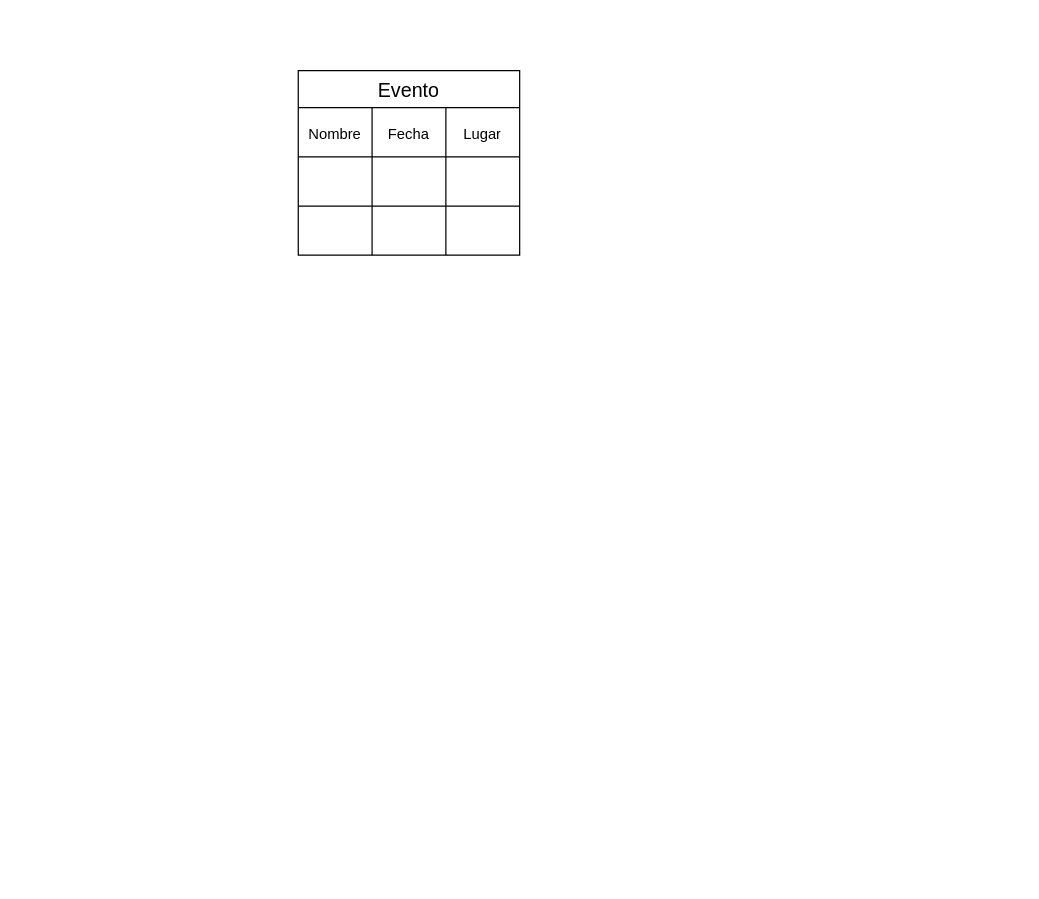
Earlier version of the draw.io diagram Normalización.drawio (samugd17/proyecto_bae). Source tidied: cells renumbered, new cells numbered last; positions are measured from the earlier drawing's top-left corner, leaving out a move shared by most shapes. Both pictures are drawn from the tidied source at 123%, with x=0, y=0 at pixel (298, 70).
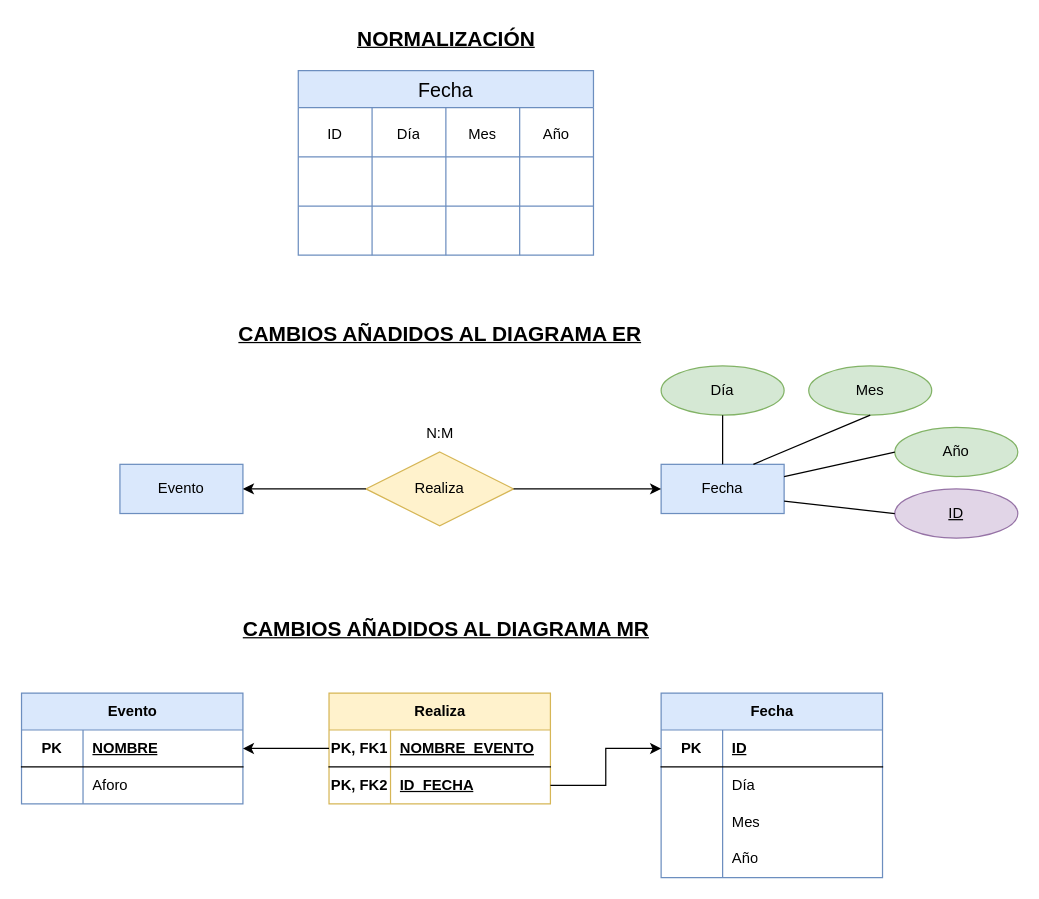
After the change.

What changed in the source:
```diff
@@
-    <mxCell id="2" value="Evento" style="shape=table;startSize=30;childLayout=tableLayout;strokeColor=default;fontSize=16;" parent="1" vertex="1">
-      <mxGeometry width="180" height="150" as="geometry" />
+    <mxCell id="2" value="Fecha" style="shape=table;startSize=30;childLayout=tableLayout;strokeColor=#6c8ebf;fontSize=16;fillColor=#dae8fc;" parent="1" vertex="1">
+      <mxGeometry width="240" height="150" as="geometry" />
     </mxCell>
     <mxCell id="3" style="shape=tableRow;horizontal=0;startSize=0;swimlaneHead=0;swimlaneBody=0;strokeColor=inherit;top=0;left=0;bottom=0;right=0;fillColor=none;fontSize=16;" parent="2" vertex="1">
-      <mxGeometry y="30" width="180" height="40" as="geometry" />
+      <mxGeometry y="30" width="240" height="40" as="geometry" />
     </mxCell>
-    <mxCell id="4" value="&lt;font style=&quot;font-size: 12px;&quot;&gt;Nombre&lt;/font&gt;" style="shape=partialRectangle;html=1;whiteSpace=wrap;strokeColor=inherit;overflow=hidden;fillColor=none;top=0;left=0;bottom=0;right=0;fontSize=16;" parent="3" vertex="1">
+    <mxCell id="4" value="&lt;font style=&quot;font-size: 12px;&quot;&gt;ID&lt;/font&gt;" style="shape=partialRectangle;html=1;whiteSpace=wrap;strokeColor=inherit;overflow=hidden;fillColor=none;top=0;left=0;bottom=0;right=0;fontSize=16;" parent="3" vertex="1">
       <mxGeometry width="60" height="40" as="geometry" />
     </mxCell>
-    <mxCell id="5" value="&lt;font style=&quot;font-size: 12px;&quot;&gt;Fecha&lt;/font&gt;" style="shape=partialRectangle;html=1;whiteSpace=wrap;strokeColor=inherit;overflow=hidden;fillColor=none;top=0;left=0;bottom=0;right=0;fontSize=16;" parent="3" vertex="1">
+    <mxCell id="5" value="&lt;font style=&quot;font-size: 12px;&quot;&gt;Día&lt;/font&gt;" style="shape=partialRectangle;html=1;whiteSpace=wrap;strokeColor=inherit;overflow=hidden;fillColor=none;top=0;left=0;bottom=0;right=0;fontSize=16;" parent="3" vertex="1">
       <mxGeometry x="60" width="60" height="40" as="geometry" />
     </mxCell>
-    <mxCell id="6" value="&lt;font style=&quot;font-size: 12px;&quot;&gt;Lugar&lt;/font&gt;" style="shape=partialRectangle;html=1;whiteSpace=wrap;strokeColor=inherit;overflow=hidden;fillColor=none;top=0;left=0;bottom=0;right=0;fontSize=16;" parent="3" vertex="1">
+    <mxCell id="6" value="&lt;font style=&quot;font-size: 12px;&quot;&gt;Mes&lt;/font&gt;" style="shape=partialRectangle;html=1;whiteSpace=wrap;strokeColor=inherit;overflow=hidden;fillColor=none;top=0;left=0;bottom=0;right=0;fontSize=16;" parent="3" vertex="1">
       <mxGeometry x="120" width="60" height="40" as="geometry" />
     </mxCell>
+    <mxCell id="15" value="&lt;font style=&quot;font-size: 12px;&quot;&gt;Año&lt;/font&gt;" style="shape=partialRectangle;html=1;whiteSpace=wrap;strokeColor=inherit;overflow=hidden;fillColor=none;top=0;left=0;bottom=0;right=0;fontSize=16;" parent="3" vertex="1">
+      <mxGeometry x="180" width="60" height="40" as="geometry" />
+    </mxCell>
     <mxCell id="7" style="shape=tableRow;horizontal=0;startSize=0;swimlaneHead=0;swimlaneBody=0;strokeColor=inherit;top=0;left=0;bottom=0;right=0;fillColor=none;fontSize=16;" parent="2" vertex="1">
-      <mxGeometry y="70" width="180" height="40" as="geometry" />
+      <mxGeometry y="70" width="240" height="40" as="geometry" />
     </mxCell>
@@
+    <mxCell id="16" style="shape=partialRectangle;html=1;whiteSpace=wrap;strokeColor=inherit;overflow=hidden;fillColor=none;top=0;left=0;bottom=0;right=0;fontSize=16;" parent="7" vertex="1">
+      <mxGeometry x="180" width="60" height="40" as="geometry" />
+    </mxCell>
     <mxCell id="11" style="shape=tableRow;horizontal=0;startSize=0;swimlaneHead=0;swimlaneBody=0;strokeColor=inherit;top=0;left=0;bottom=0;right=0;fillColor=none;fontSize=16;" parent="2" vertex="1">
-      <mxGeometry y="110" width="180" height="40" as="geometry" />
+      <mxGeometry y="110" width="240" height="40" as="geometry" />
     </mxCell>
@@
+    <mxCell id="17" style="shape=partialRectangle;html=1;whiteSpace=wrap;strokeColor=inherit;overflow=hidden;fillColor=none;top=0;left=0;bottom=0;right=0;fontSize=16;" parent="11" vertex="1">
+      <mxGeometry x="180" width="60" height="40" as="geometry" />
+    </mxCell>
+    <mxCell id="18" value="Evento" style="whiteSpace=wrap;html=1;align=center;fillColor=#dae8fc;strokeColor=#6c8ebf;" parent="1" vertex="1">
+      <mxGeometry x="-145" y="320" width="100" height="40" as="geometry" />
+    </mxCell>
+    <mxCell id="19" value="Fecha" style="whiteSpace=wrap;html=1;align=center;fillColor=#dae8fc;strokeColor=#6c8ebf;" parent="1" vertex="1">
+      <mxGeometry x="295" y="320" width="100" height="40" as="geometry" />
+    </mxCell>
+    <mxCell id="20" value="Realiza" style="shape=rhombus;perimeter=rhombusPerimeter;whiteSpace=wrap;html=1;align=center;fillColor=#fff2cc;strokeColor=#d6b656;" parent="1" vertex="1">
+      <mxGeometry x="55" y="310" width="120" height="60" as="geometry" />
+    </mxCell>
+    <mxCell id="21" style="endArrow=none;html=1;rounded=0;entryX=0;entryY=0.5;entryDx=0;entryDy=0;exitX=1;exitY=0.5;exitDx=0;exitDy=0;endFill=0;startArrow=classic;startFill=1;" parent="1" edge="1" source="18" target="20">
+      <mxGeometry relative="1" as="geometry" />
+    </mxCell>
+    <mxCell id="22" style="endArrow=classic;html=1;rounded=0;entryX=0;entryY=0.5;entryDx=0;entryDy=0;exitX=1;exitY=0.5;exitDx=0;exitDy=0;" parent="1" edge="1" source="20" target="19">
+      <mxGeometry relative="1" as="geometry" />
+    </mxCell>
+    <mxCell id="23" value="N:M" style="text;html=1;align=center;verticalAlign=middle;strokeColor=none;fillColor=none;" parent="1" vertex="1">
+      <mxGeometry x="90" y="280" width="50" height="30" as="geometry" />
+    </mxCell>
+    <mxCell id="24" value="Fecha" style="shape=table;startSize=30;childLayout=tableLayout;rowLines=0;fontStyle=1;align=center;html=1;fillColor=#dae8fc;strokeColor=#6c8ebf;" parent="1" vertex="1">
+      <mxGeometry x="295" y="506" width="180" height="150" as="geometry" />
+    </mxCell>
+    <mxCell id="25" style="shape=tableRow;horizontal=0;startSize=0;swimlaneHead=0;swimlaneBody=0;fillColor=none;points=[[0,0.5],[1,0.5]];portConstraint=eastwest;top=0;left=0;right=0;bottom=1;" parent="24" vertex="1">
+      <mxGeometry y="30" width="180" height="30" as="geometry" />
+    </mxCell>
+    <mxCell id="26" value="PK" style="shape=partialRectangle;fillColor=none;top=0;left=0;bottom=0;right=0;fontStyle=1;overflow=hidden;whiteSpace=wrap;html=1;" parent="25" vertex="1">
+      <mxGeometry width="50" height="30" as="geometry" />
+    </mxCell>
+    <mxCell id="27" value="ID" style="shape=partialRectangle;fillColor=none;top=0;left=0;bottom=0;right=0;align=left;spacingLeft=6;fontStyle=5;overflow=hidden;whiteSpace=wrap;html=1;" parent="25" vertex="1">
+      <mxGeometry x="50" width="130" height="30" as="geometry" />
+    </mxCell>
+    <mxCell id="28" style="shape=tableRow;horizontal=0;startSize=0;swimlaneHead=0;swimlaneBody=0;fillColor=none;top=0;left=0;right=0;bottom=0;" parent="24" vertex="1">
+      <mxGeometry y="60" width="180" height="30" as="geometry" />
+    </mxCell>
+    <mxCell id="29" style="shape=partialRectangle;fillColor=none;top=0;left=0;bottom=0;right=0;overflow=hidden;whiteSpace=wrap;html=1;" parent="28" vertex="1">
+      <mxGeometry width="50" height="30" as="geometry" />
+    </mxCell>
+    <mxCell id="30" value="Día" style="shape=partialRectangle;fillColor=none;top=0;left=0;bottom=0;right=0;align=left;spacingLeft=6;overflow=hidden;whiteSpace=wrap;html=1;" parent="28" vertex="1">
+      <mxGeometry x="50" width="130" height="30" as="geometry" />
+    </mxCell>
+    <mxCell id="31" style="shape=tableRow;horizontal=0;startSize=0;swimlaneHead=0;swimlaneBody=0;fillColor=none;top=0;left=0;right=0;bottom=0;" parent="24" vertex="1">
+      <mxGeometry y="90" width="180" height="30" as="geometry" />
+    </mxCell>
+    <mxCell id="32" style="shape=partialRectangle;fillColor=none;top=0;left=0;bottom=0;right=0;overflow=hidden;whiteSpace=wrap;html=1;" parent="31" vertex="1">
+      <mxGeometry width="50" height="30" as="geometry" />
+    </mxCell>
+    <mxCell id="33" value="Mes" style="shape=partialRectangle;fillColor=none;top=0;left=0;bottom=0;right=0;align=left;spacingLeft=6;overflow=hidden;whiteSpace=wrap;html=1;" parent="31" vertex="1">
+      <mxGeometry x="50" width="130" height="30" as="geometry" />
+    </mxCell>
+    <mxCell id="34" style="shape=tableRow;horizontal=0;startSize=0;swimlaneHead=0;swimlaneBody=0;fillColor=none;top=0;left=0;right=0;bottom=0;" parent="24" vertex="1">
+      <mxGeometry y="120" width="180" height="30" as="geometry" />
+    </mxCell>
+    <mxCell id="35" style="shape=partialRectangle;fillColor=none;top=0;left=0;bottom=0;right=0;overflow=hidden;whiteSpace=wrap;html=1;" parent="34" vertex="1">
+      <mxGeometry width="50" height="30" as="geometry" />
+    </mxCell>
+    <mxCell id="36" value="Año" style="shape=partialRectangle;fillColor=none;top=0;left=0;bottom=0;right=0;align=left;spacingLeft=6;overflow=hidden;whiteSpace=wrap;html=1;" parent="34" vertex="1">
+      <mxGeometry x="50" width="130" height="30" as="geometry" />
+    </mxCell>
+    <mxCell id="37" value="Evento" style="shape=table;startSize=30;childLayout=tableLayout;rowLines=0;fontStyle=1;align=center;html=1;fillColor=#dae8fc;strokeColor=#6c8ebf;" parent="1" vertex="1">
+      <mxGeometry x="-225" y="506" width="180" height="90" as="geometry" />
+    </mxCell>
+    <mxCell id="38" style="shape=tableRow;horizontal=0;startSize=0;swimlaneHead=0;swimlaneBody=0;fillColor=none;points=[[0,0.5],[1,0.5]];portConstraint=eastwest;top=0;left=0;right=0;bottom=1;" parent="37" vertex="1">
+      <mxGeometry y="30" width="180" height="30" as="geometry" />
+    </mxCell>
+    <mxCell id="39" value="PK" style="shape=partialRectangle;fillColor=none;top=0;left=0;bottom=0;right=0;fontStyle=1;overflow=hidden;whiteSpace=wrap;html=1;" parent="38" vertex="1">
+      <mxGeometry width="50" height="30" as="geometry" />
+    </mxCell>
+    <mxCell id="40" value="NOMBRE" style="shape=partialRectangle;fillColor=none;top=0;left=0;bottom=0;right=0;align=left;spacingLeft=6;fontStyle=5;overflow=hidden;whiteSpace=wrap;html=1;" parent="38" vertex="1">
+      <mxGeometry x="50" width="130" height="30" as="geometry" />
+    </mxCell>
+    <mxCell id="41" style="shape=tableRow;horizontal=0;startSize=0;swimlaneHead=0;swimlaneBody=0;fillColor=none;top=0;left=0;right=0;bottom=0;" parent="37" vertex="1">
+      <mxGeometry y="60" width="180" height="30" as="geometry" />
+    </mxCell>
+    <mxCell id="42" style="shape=partialRectangle;fillColor=none;top=0;left=0;bottom=0;right=0;overflow=hidden;whiteSpace=wrap;html=1;" parent="41" vertex="1">
+      <mxGeometry width="50" height="30" as="geometry" />
+    </mxCell>
+    <mxCell id="43" value="Aforo" style="shape=partialRectangle;fillColor=none;top=0;left=0;bottom=0;right=0;align=left;spacingLeft=6;overflow=hidden;whiteSpace=wrap;html=1;" parent="41" vertex="1">
+      <mxGeometry x="50" width="130" height="30" as="geometry" />
+    </mxCell>
+    <mxCell id="44" value="Realiza" style="shape=table;startSize=30;childLayout=tableLayout;rowLines=0;fontStyle=1;align=center;html=1;fillColor=#fff2cc;strokeColor=#d6b656;" parent="1" vertex="1">
+      <mxGeometry x="25" y="506" width="180" height="90" as="geometry" />
+    </mxCell>
+    <mxCell id="45" style="shape=tableRow;horizontal=0;startSize=0;swimlaneHead=0;swimlaneBody=0;fillColor=none;points=[[0,0.5],[1,0.5]];portConstraint=eastwest;top=0;left=0;right=0;bottom=1;" parent="44" vertex="1">
+      <mxGeometry y="30" width="180" height="30" as="geometry" />
+    </mxCell>
+    <mxCell id="46" value="PK, FK1" style="shape=partialRectangle;fillColor=none;top=0;left=0;bottom=0;right=0;fontStyle=1;overflow=hidden;whiteSpace=wrap;html=1;" parent="45" vertex="1">
+      <mxGeometry width="50" height="30" as="geometry" />
+    </mxCell>
+    <mxCell id="47" value="&lt;b style=&quot;border-color: var(--border-color);&quot;&gt;&lt;u style=&quot;border-color: var(--border-color);&quot;&gt;NOMBRE_EVENTO&lt;/u&gt;&lt;/b&gt;" style="shape=partialRectangle;fillColor=none;top=0;left=0;bottom=0;right=0;align=left;spacingLeft=6;fontStyle=5;overflow=hidden;whiteSpace=wrap;html=1;" parent="45" vertex="1">
+      <mxGeometry x="50" width="130" height="30" as="geometry" />
+    </mxCell>
+    <mxCell id="48" style="shape=tableRow;horizontal=0;startSize=0;swimlaneHead=0;swimlaneBody=0;fillColor=none;points=[[0,0.5],[1,0.5]];portConstraint=eastwest;top=0;left=0;right=0;bottom=0;" parent="44" vertex="1">
+      <mxGeometry y="60" width="180" height="30" as="geometry" />
+    </mxCell>
+    <mxCell id="49" value="&lt;b&gt;PK, FK2&lt;br&gt;&lt;/b&gt;" style="shape=partialRectangle;fillColor=none;top=0;left=0;bottom=0;right=0;overflow=hidden;whiteSpace=wrap;html=1;" parent="48" vertex="1">
+      <mxGeometry width="50" height="30" as="geometry" />
+    </mxCell>
+    <mxCell id="50" value="&lt;b&gt;&lt;u&gt;ID_FECHA&lt;/u&gt;&lt;/b&gt;" style="shape=partialRectangle;fillColor=none;top=0;left=0;bottom=0;right=0;align=left;spacingLeft=6;overflow=hidden;whiteSpace=wrap;html=1;" parent="48" vertex="1">
+      <mxGeometry x="50" width="130" height="30" as="geometry" />
+    </mxCell>
+    <mxCell id="51" style="edgeStyle=orthogonalEdgeStyle;rounded=0;jettySize=auto;html=1;entryX=1;entryY=0.5;entryDx=0;entryDy=0;" parent="1" edge="1" source="45" target="38">
+      <mxGeometry relative="1" as="geometry" />
+    </mxCell>
+    <mxCell id="52" style="edgeStyle=orthogonalEdgeStyle;rounded=0;jettySize=auto;html=1;entryX=0;entryY=0.5;entryDx=0;entryDy=0;" parent="1" edge="1" source="48" target="25">
+      <mxGeometry relative="1" as="geometry" />
+    </mxCell>
+    <mxCell id="53" value="ID" style="ellipse;whiteSpace=wrap;html=1;align=center;fontStyle=4;fillColor=#e1d5e7;strokeColor=#9673a6;" parent="1" vertex="1">
+      <mxGeometry x="485" y="340" width="100" height="40" as="geometry" />
+    </mxCell>
+    <mxCell id="54" value="Día" style="ellipse;whiteSpace=wrap;html=1;align=center;fillColor=#d5e8d4;strokeColor=#82b366;" parent="1" vertex="1">
+      <mxGeometry x="295" y="240" width="100" height="40" as="geometry" />
+    </mxCell>
+    <mxCell id="55" value="Mes" style="ellipse;whiteSpace=wrap;html=1;align=center;fillColor=#d5e8d4;strokeColor=#82b366;" parent="1" vertex="1">
+      <mxGeometry x="415" y="240" width="100" height="40" as="geometry" />
+    </mxCell>
+    <mxCell id="56" value="Año" style="ellipse;whiteSpace=wrap;html=1;align=center;fillColor=#d5e8d4;strokeColor=#82b366;" parent="1" vertex="1">
+      <mxGeometry x="485" y="290" width="100" height="40" as="geometry" />
+    </mxCell>
+    <mxCell id="57" style="endArrow=none;html=1;rounded=0;entryX=0;entryY=0.5;entryDx=0;entryDy=0;exitX=1;exitY=0.75;exitDx=0;exitDy=0;endFill=0;" parent="1" edge="1" source="19" target="53">
+      <mxGeometry relative="1" as="geometry" />
+    </mxCell>
+    <mxCell id="58" style="endArrow=none;html=1;rounded=0;entryX=0.5;entryY=1;entryDx=0;entryDy=0;exitX=0.5;exitY=0;exitDx=0;exitDy=0;endFill=0;" parent="1" edge="1" source="19" target="54">
+      <mxGeometry relative="1" as="geometry" />
+    </mxCell>
+    <mxCell id="59" style="endArrow=none;html=1;rounded=0;entryX=0.5;entryY=1;entryDx=0;entryDy=0;exitX=0.75;exitY=0;exitDx=0;exitDy=0;endFill=0;" parent="1" edge="1" source="19" target="55">
+      <mxGeometry relative="1" as="geometry" />
+    </mxCell>
+    <mxCell id="60" style="endArrow=none;html=1;rounded=0;entryX=0;entryY=0.5;entryDx=0;entryDy=0;endFill=0;exitX=1;exitY=0.25;exitDx=0;exitDy=0;" parent="1" edge="1" source="19" target="56">
+      <mxGeometry relative="1" as="geometry" />
+    </mxCell>
+    <mxCell id="61" value="&lt;b style=&quot;border-color: var(--border-color);&quot;&gt;&lt;font style=&quot;border-color: var(--border-color); font-size: 17px;&quot;&gt;&lt;u style=&quot;border-color: var(--border-color);&quot;&gt;CAMBIOS AÑADIDOS AL DIAGRAMA ER&lt;/u&gt;&lt;/font&gt;&lt;/b&gt;" style="text;html=1;align=center;verticalAlign=middle;strokeColor=none;fillColor=none;" parent="1" vertex="1">
+      <mxGeometry x="-60" y="200" width="350" height="30" as="geometry" />
+    </mxCell>
+    <mxCell id="62" value="&lt;b&gt;&lt;font style=&quot;font-size: 17px;&quot;&gt;&lt;u&gt;CAMBIOS AÑADIDOS AL DIAGRAMA MR&lt;/u&gt;&lt;/font&gt;&lt;/b&gt;" style="text;html=1;align=center;verticalAlign=middle;strokeColor=none;fillColor=none;" parent="1" vertex="1">
+      <mxGeometry x="-55" y="440" width="350" height="30" as="geometry" />
+    </mxCell>
+    <mxCell id="63" value="&lt;span style=&quot;font-size: 17px;&quot;&gt;&lt;b&gt;&lt;u&gt;NORMALIZACIÓN&lt;/u&gt;&lt;/b&gt;&lt;/span&gt;" style="text;html=1;align=center;verticalAlign=middle;strokeColor=none;fillColor=none;" parent="1" vertex="1">
+      <mxGeometry x="35" y="-40" width="170" height="30" as="geometry" />
+    </mxCell>
```
